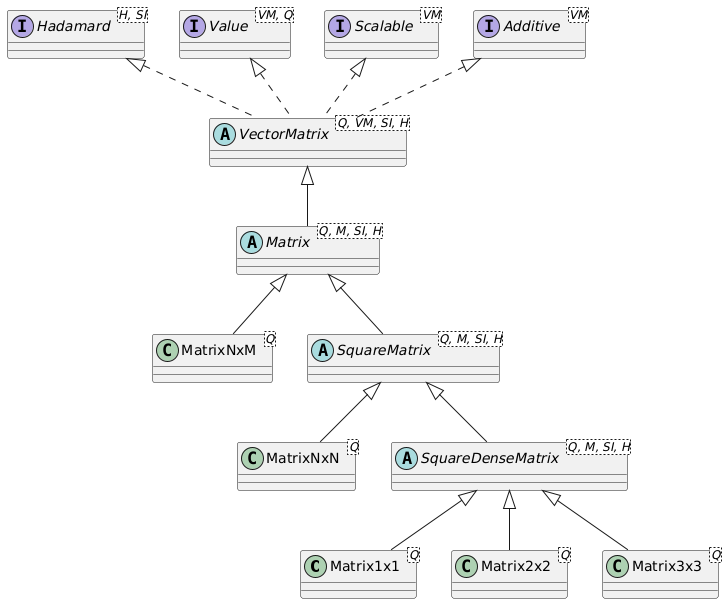
Before: docs/images/matrix.png, a diagram exported from PlantUML (averbraeck/djunits).
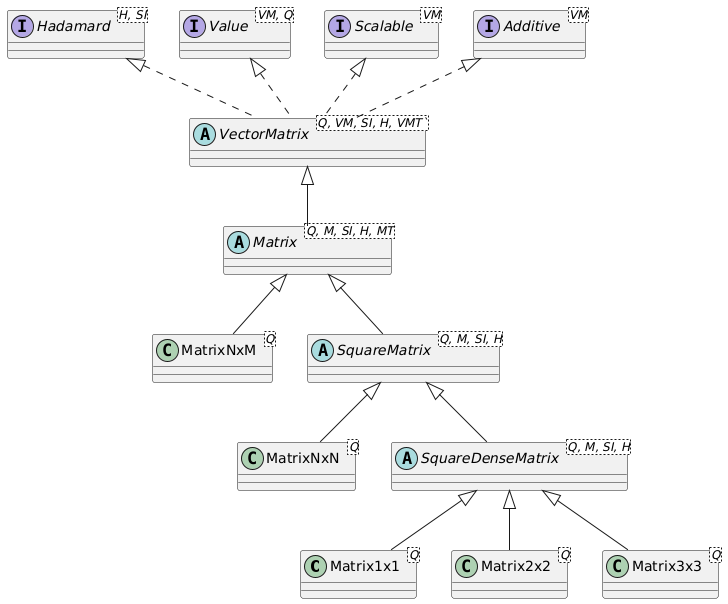
The same file after the commit.

The edit, as a diff of the source:
```diff
@@ -5,8 +5,8 @@
 class MatrixNxN<Q>
 class MatrixNxM<Q>
 
-abstract class VectorMatrix<Q, VM, SI, H>
-abstract class Matrix<Q, M, SI, H>
+abstract class VectorMatrix<Q, VM, SI, H, VMT`>
+abstract class Matrix<Q, M, SI, H, MT>
 abstract class SquareMatrix<Q, M, SI, H>
 abstract class SquareDenseMatrix<Q, M, SI, H>
 
```
